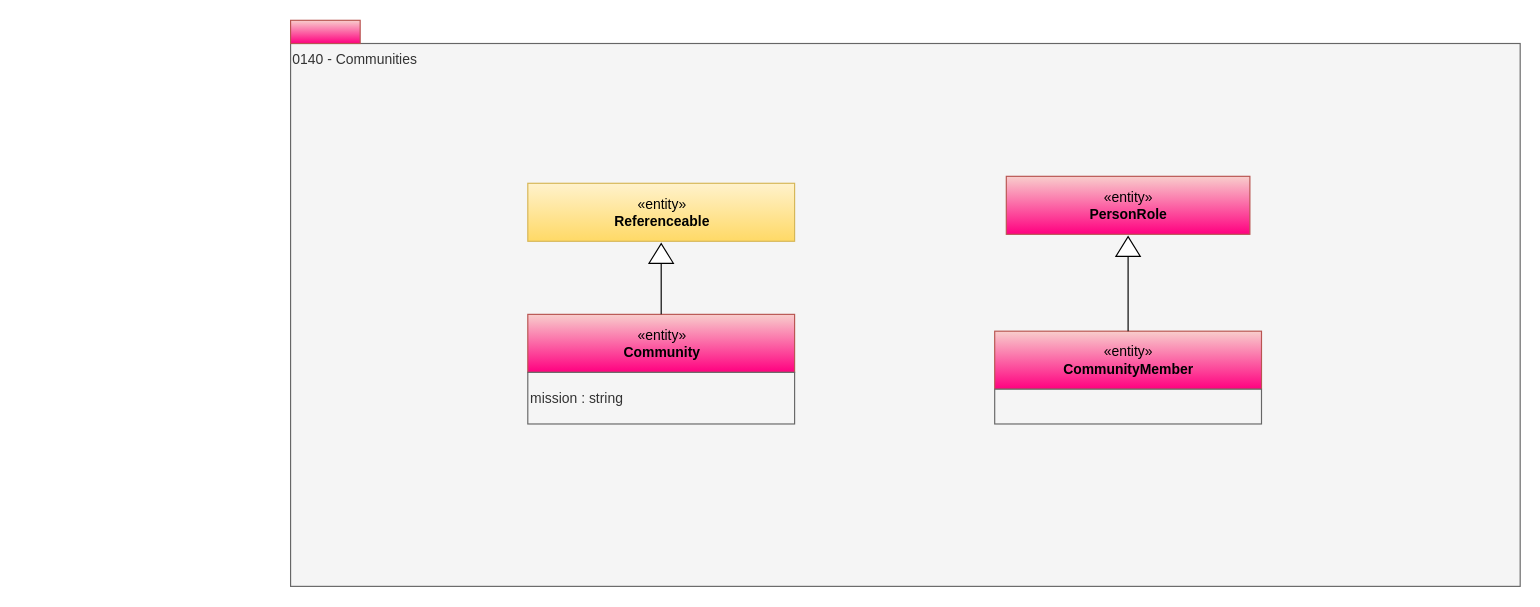
Before: page "0140-Communities" (12 of 15) of site/docs/types/1/area-1-collaboration.drawio in odpi/egeria-docs, a draw.io diagram. Source tidied: cells renumbered, new cells numbered last; positions are measured from the earlier drawing's top-left corner, leaving out a move shared by most shapes. Both pictures are drawn from the tidied source at 116%, with x=0, y=0 at pixel (290, 20).
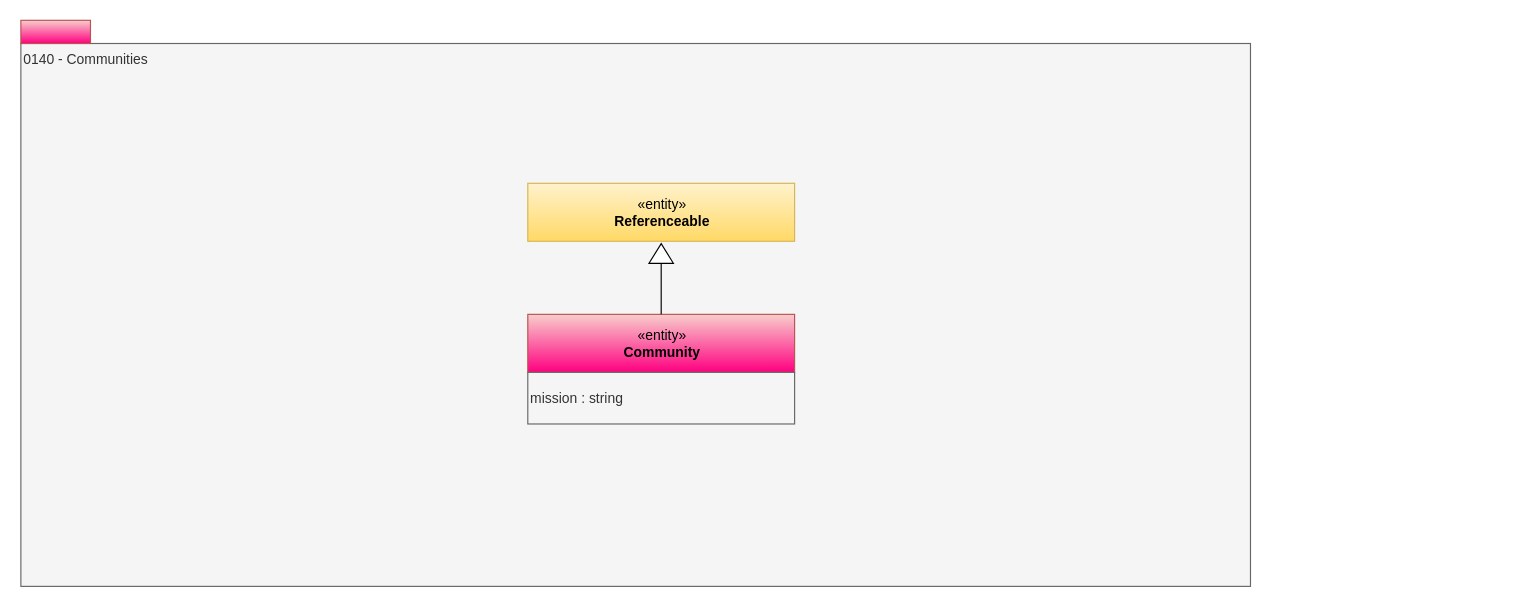
The same page after the edit.

Diff of the diagram source:
```diff
@@
 <mxGraphModel>
   <root>
     <mxCell id="0" />
     <mxCell id="1" parent="0" />
     <mxCell id="2" value="0140 - Communities" style="rounded=0;whiteSpace=wrap;html=1;align=left;verticalAlign=top;fillColor=#f5f5f5;fontColor=#333333;strokeColor=#666666;" parent="1" vertex="1">
-      <mxGeometry y="20" width="1060" height="468" as="geometry" />
+      <mxGeometry x="-232.5" y="20" width="1060" height="468" as="geometry" />
     </mxCell>
     <mxCell id="3" value="«entity»&lt;br&gt;&lt;b&gt;Community&lt;/b&gt;" style="html=1;strokeColor=#b85450;align=center;fillColor=#f8cecc;gradientColor=#FF0080;" parent="1" vertex="1">
       <mxGeometry x="204.5" y="253.5" width="230" height="50" as="geometry" />
     </mxCell>
     <mxCell id="4" style="html=1;strokeColor=#b85450;align=center;fillColor=#f8cecc;gradientColor=#FF0080;" parent="1" vertex="1">
-      <mxGeometry width="60" height="20" as="geometry" />
+      <mxGeometry x="-232.5" width="60" height="20" as="geometry" />
     </mxCell>
     <mxCell id="5" value="mission : string" style="rounded=0;whiteSpace=wrap;html=1;align=left;fillColor=#f5f5f5;fontColor=#333333;strokeColor=#666666;" parent="1" vertex="1">
       <mxGeometry x="204.5" y="303.5" width="230" height="44.5" as="geometry" />
     </mxCell>
     <mxCell id="6" style="edgeStyle=orthogonalEdgeStyle;rounded=0;html=1;exitX=0;exitY=0.5;entryX=0.5;entryY=0;jettySize=auto;endArrow=none;endFill=0;" parent="1" edge="1" source="7" target="3">
       <mxGeometry relative="1" as="geometry" />
     </mxCell>
     <mxCell id="7" style="triangle;whiteSpace=wrap;html=1;strokeColor=#000000;gradientColor=#ffffff;align=center;rotation=-90;" parent="1" vertex="1">
       <mxGeometry x="311" y="190.5" width="17" height="21" as="geometry" />
     </mxCell>
-    <mxCell id="8" value="«entity»&lt;br&gt;&lt;b&gt;CommunityMember&lt;/b&gt;" style="html=1;strokeColor=#b85450;align=center;fillColor=#f8cecc;gradientColor=#FF0080;" parent="1" vertex="1">
-      <mxGeometry x="607" y="268" width="230" height="50" as="geometry" />
-    </mxCell>
-    <mxCell id="9" style="rounded=0;whiteSpace=wrap;html=1;align=left;fillColor=#f5f5f5;fontColor=#333333;strokeColor=#666666;" parent="1" vertex="1">
-      <mxGeometry x="607" y="318" width="230" height="30" as="geometry" />
-    </mxCell>
     <mxCell id="10" value="«entity»&lt;br&gt;&lt;b&gt;Referenceable&lt;/b&gt;" style="html=1;strokeColor=#d6b656;align=center;fillColor=#fff2cc;gradientColor=#ffd966;" parent="1" vertex="1">
       <mxGeometry x="204.5" y="140.5" width="230" height="50" as="geometry" />
     </mxCell>
-    <mxCell id="11" style="edgeStyle=orthogonalEdgeStyle;rounded=0;html=1;exitX=0;exitY=0.5;entryX=0.5;entryY=0;endArrow=none;endFill=0;jettySize=auto;entryDx=0;entryDy=0;" parent="1" edge="1" source="12" target="8">
-      <mxGeometry relative="1" as="geometry" />
-    </mxCell>
-    <mxCell id="12" style="triangle;whiteSpace=wrap;html=1;strokeColor=#000000;gradientColor=#ffffff;align=center;rotation=-90;" parent="1" vertex="1">
-      <mxGeometry x="713.5" y="184.5" width="17" height="21" as="geometry" />
-    </mxCell>
-    <mxCell id="13" value="«entity»&lt;br&gt;&lt;b&gt;PersonRole&lt;/b&gt;" style="html=1;strokeColor=#b85450;align=center;fillColor=#f8cecc;gradientColor=#FF0080;" parent="1" vertex="1">
-      <mxGeometry x="617" y="134.5" width="210" height="50" as="geometry" />
-    </mxCell>
   </root>
 </mxGraphModel>
```
